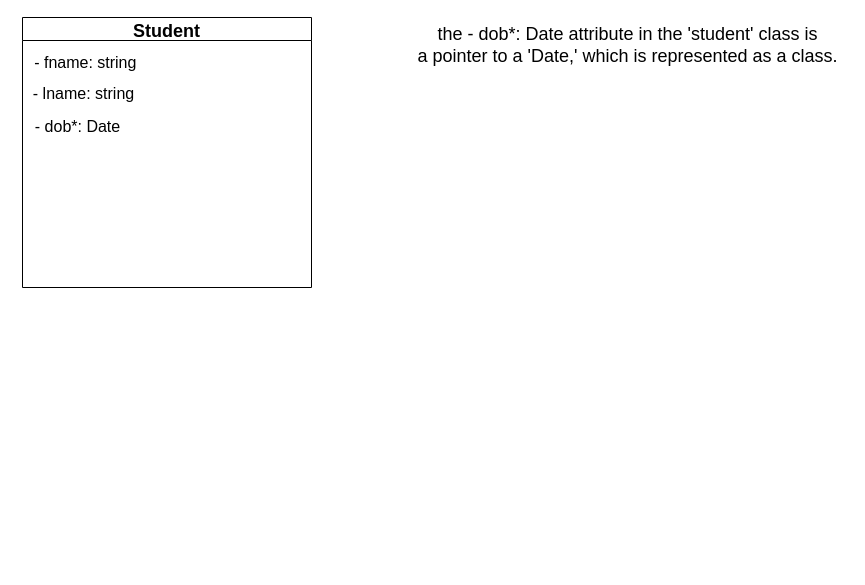
Earlier version of the draw.io diagram UML.drawio (Allmdar/Cpp-Project-StudentData). Source tidied: cells renumbered, new cells numbered last; positions are measured from the earlier drawing's top-left corner, leaving out a move shared by most shapes. Both pictures are drawn from the tidied source at 100%, with x=0, y=0 at pixel (22, 17).
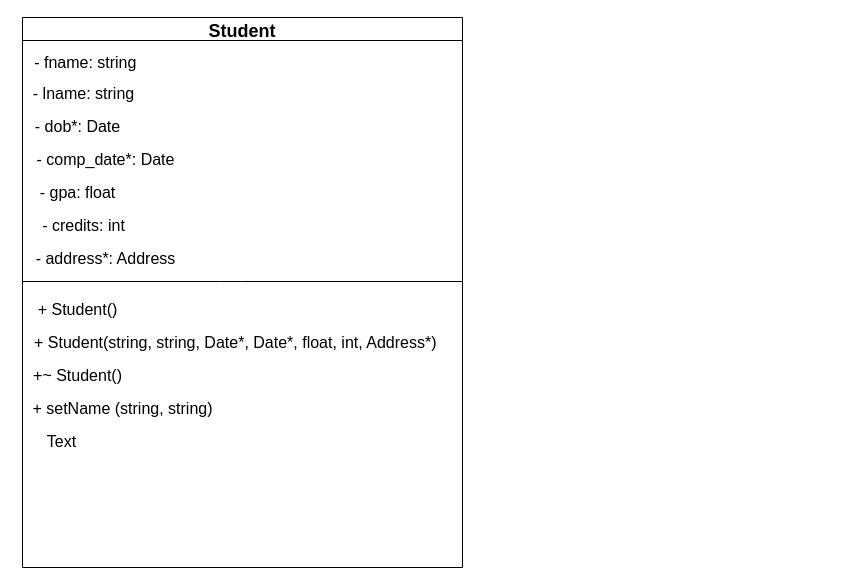
After the change.

The edit, as a diff of the source:
```diff
@@
 <mxGraphModel>
   <root>
     <mxCell id="0" />
     <mxCell id="1" parent="0" />
     <mxCell id="2" value="Student" style="swimlane;fontSize=18;" parent="1" vertex="1">
-      <mxGeometry width="289" height="270" as="geometry" />
+      <mxGeometry width="440" height="550" as="geometry" />
     </mxCell>
     <mxCell id="3" value="- fname: string&amp;nbsp;" style="text;html=1;align=center;verticalAlign=middle;strokeColor=none;fillColor=none;fontStyle=0;fontSize=16;labelPosition=center;verticalLabelPosition=middle;" parent="2" vertex="1">
       <mxGeometry y="30" width="130" height="30" as="geometry" />
     </mxCell>
     <mxCell id="4" value="- lname: string" style="text;html=1;align=center;verticalAlign=middle;strokeColor=none;fillColor=none;fontSize=16;" parent="2" vertex="1">
       <mxGeometry y="59" width="121" height="33" as="geometry" />
     </mxCell>
     <mxCell id="5" value="- dob*: Date" style="text;html=1;align=center;verticalAlign=middle;strokeColor=none;fillColor=none;fontSize=16;" parent="2" vertex="1">
       <mxGeometry y="92" width="110" height="33" as="geometry" />
     </mxCell>
-    <mxCell id="6" value="the - dob*: Date attribute in the 'student' class is&lt;br&gt;a pointer to a 'Date,' which is represented as a class." style="text;html=1;align=center;verticalAlign=middle;strokeColor=none;fillColor=none;fontSize=18;" parent="1" vertex="1">
-      <mxGeometry x="385" width="440" height="55" as="geometry" />
+    <mxCell id="6" value="&lt;font style=&quot;font-size: 16px;&quot;&gt;- comp_date*: Date&lt;/font&gt;" style="text;html=1;align=center;verticalAlign=middle;strokeColor=none;fillColor=none;" parent="2" vertex="1">
+      <mxGeometry y="125" width="165" height="33" as="geometry" />
     </mxCell>
+    <mxCell id="7" value="- gpa: float" style="text;html=1;align=center;verticalAlign=middle;strokeColor=none;fillColor=none;fontSize=16;" parent="2" vertex="1">
+      <mxGeometry x="5.5" y="158" width="99" height="33" as="geometry" />
+    </mxCell>
+    <mxCell id="8" value="- credits: int" style="text;html=1;align=center;verticalAlign=middle;strokeColor=none;fillColor=none;fontSize=16;" parent="2" vertex="1">
+      <mxGeometry x="5.5" y="191" width="110" height="33" as="geometry" />
+    </mxCell>
+    <mxCell id="9" value="- address*: Address" style="text;html=1;align=center;verticalAlign=middle;strokeColor=none;fillColor=none;fontSize=16;" parent="2" vertex="1">
+      <mxGeometry y="224" width="165" height="33" as="geometry" />
+    </mxCell>
+    <mxCell id="10" style="endArrow=none;html=1;fontSize=16;" parent="2" edge="1">
+      <mxGeometry relative="1" as="geometry">
+        <mxPoint y="264" as="sourcePoint" />
+        <mxPoint x="440" y="264" as="targetPoint" />
+        <Array as="points">
+          <mxPoint x="209" y="264" />
+        </Array>
+      </mxGeometry>
+    </mxCell>
+    <mxCell id="11" value="+ Student(string, string, Date*, Date*, float, int, Address*)&amp;nbsp;" style="text;html=1;align=center;verticalAlign=middle;strokeColor=none;fillColor=none;fontSize=16;" parent="2" vertex="1">
+      <mxGeometry y="308" width="429" height="33" as="geometry" />
+    </mxCell>
+    <mxCell id="12" value="+ Student()" style="text;html=1;align=center;verticalAlign=middle;strokeColor=none;fillColor=none;fontSize=16;" parent="2" vertex="1">
+      <mxGeometry y="275" width="110" height="33" as="geometry" />
+    </mxCell>
+    <mxCell id="13" value="+~ Student()" style="text;html=1;align=center;verticalAlign=middle;strokeColor=none;fillColor=none;fontSize=16;" parent="2" vertex="1">
+      <mxGeometry y="341" width="110" height="33" as="geometry" />
+    </mxCell>
+    <mxCell id="14" value="+ setName (string, string)" style="text;html=1;align=center;verticalAlign=middle;strokeColor=none;fillColor=none;fontSize=16;" parent="2" vertex="1">
+      <mxGeometry x="-5" y="374" width="209" height="33" as="geometry" />
+    </mxCell>
+    <mxCell id="15" value="Text" style="text;html=1;align=center;verticalAlign=middle;strokeColor=none;fillColor=none;fontSize=16;" parent="2" vertex="1">
+      <mxGeometry x="11" y="407" width="55" height="33" as="geometry" />
+    </mxCell>
   </root>
 </mxGraphModel>
```
